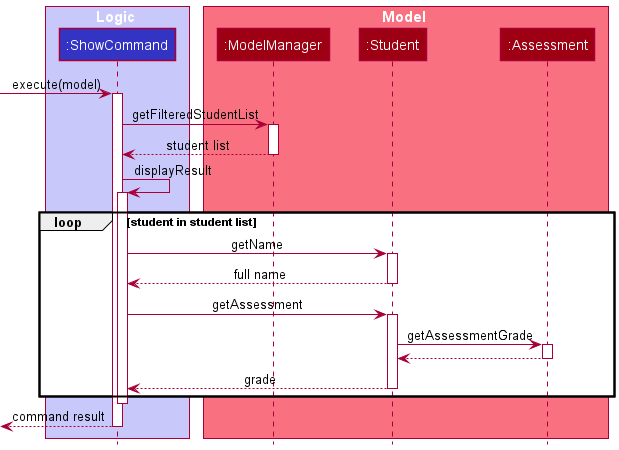
The PlantUML diagram docs/images/dg/logic/commands/showcommand/ShowCommandSequenceDiagram.png in nus-cs2103-AY2122S1/tp, before a commit. Its diagram source:
```plantuml
@startuml
!include ../../../style.puml

box Logic LOGIC_COLOR_T1
participant ":ShowCommand" as ShowCommand LOGIC_COLOR
end box

box Model MODEL_COLOR_T1
participant ":ModelManager" as ModelManager MODEL_COLOR
participant ":Student" as Student MODEL_COLOR
participant ":Assessment" as Assessment MODEL_COLOR
end box

[-> ShowCommand ++ : execute(model)

ShowCommand -> ModelManager ++ : getFilteredStudentList
ShowCommand <-- ModelManager -- : student list

ShowCommand -> ShowCommand ++ : displayResult

loop student in student list
	ShowCommand -> Student ++ : getName
	ShowCommand <-- Student -- : full name
	ShowCommand -> Student ++ : getAssessment
	Student -> Assessment ++ : getAssessmentGrade
	Student <-- Assessment -- :
	ShowCommand <-- Student -- : grade
end
deactivate ShowCommand

[<-- ShowCommand -- : command result

@enduml
```
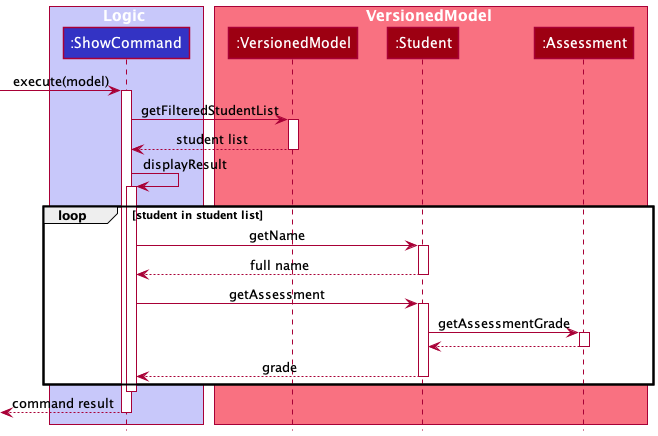
The same diagram one commit later.

What changed in the source:
```diff
@@ -5,8 +5,8 @@
 participant ":ShowCommand" as ShowCommand LOGIC_COLOR
 end box
 
-box Model MODEL_COLOR_T1
-participant ":ModelManager" as ModelManager MODEL_COLOR
+box VersionedModel MODEL_COLOR_T1
+participant ":VersionedModel" as ModelManager MODEL_COLOR
 participant ":Student" as Student MODEL_COLOR
 participant ":Assessment" as Assessment MODEL_COLOR
 end box
```
